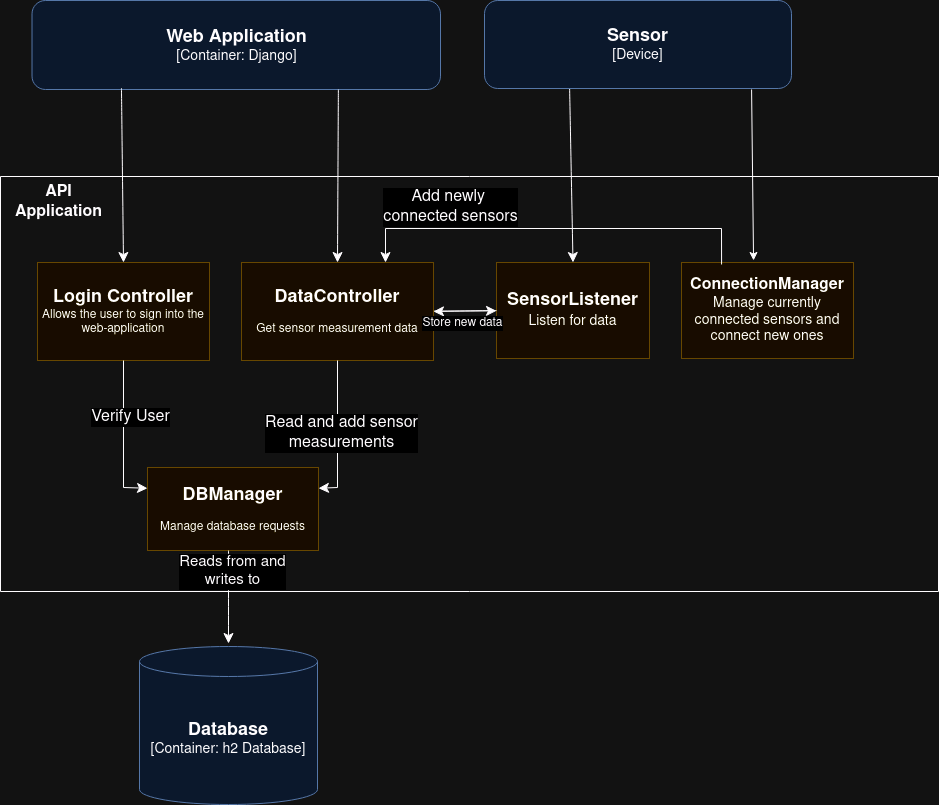
The draw.io diagram docs/c4_components.png in PZSP24Z11/sensor, before a commit. Source tidied: cells renumbered, new cells last; positions are measured from the earlier drawing's top-left corner, leaving out a move shared by most shapes.
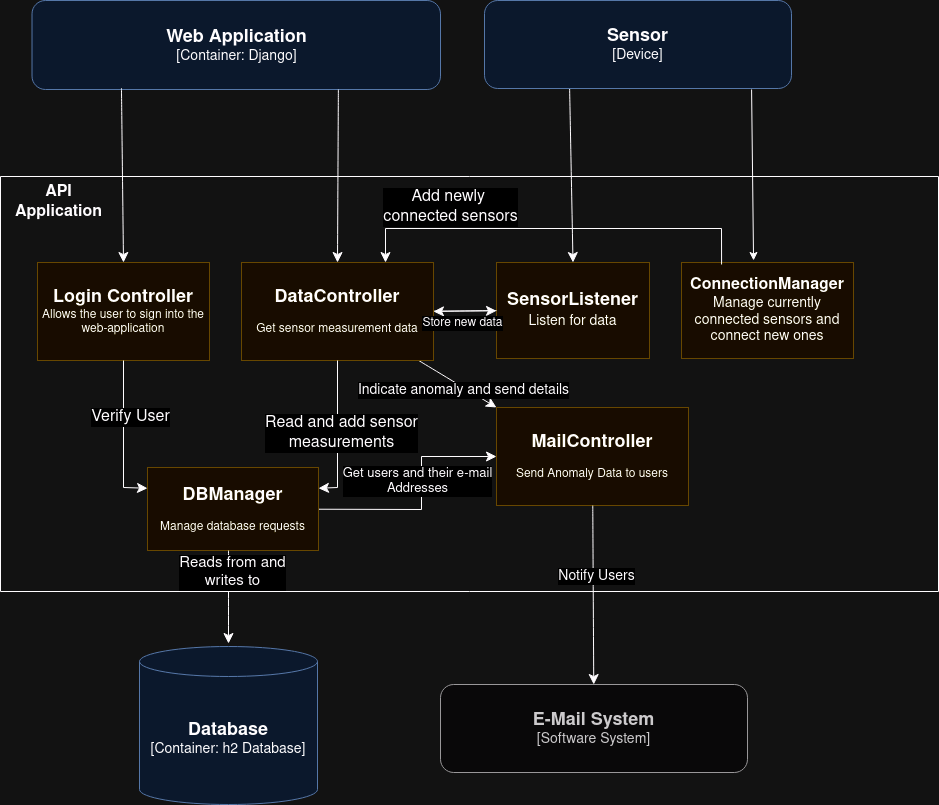
The same file after the commit.

Commit message:
docs: add e-mail system to components diagram

Change to the diagram source:
```diff
@@ -25,9 +25,28 @@
     <mxCell id="8" style="edgeStyle=none;curved=1;rounded=0;jettySize=auto;html=1;fontSize=12;startSize=8;endSize=8;" parent="5" edge="1" source="9" target="18">
       <mxGeometry relative="1" as="geometry" />
     </mxCell>
+    <mxCell id="27" style="edgeStyle=none;curved=1;rounded=0;jettySize=auto;html=1;entryX=0;entryY=0;entryDx=0;entryDy=0;fontSize=12;startSize=8;endSize=8;" parent="5" edge="1" source="9" target="31">
+      <mxGeometry relative="1" as="geometry" />
+    </mxCell>
+    <mxCell id="28" value="&lt;font style=&quot;font-size: 14px;&quot;&gt;Indicate anomaly and send details&lt;/font&gt;" style="edgeLabel;html=1;align=center;verticalAlign=middle;fontSize=12;" parent="27" vertex="1">
+      <mxGeometry x="0.16" y="-2" relative="1" as="geometry" />
+    </mxCell>
     <mxCell id="9" value="&lt;div&gt;&lt;font style=&quot;font-size: 18px;&quot;&gt;&lt;b&gt;DataController&lt;/b&gt;&lt;/font&gt;&lt;/div&gt;&lt;br&gt;Get sensor measurement data" style="rounded=0;whiteSpace=wrap;html=1;fillColor=#fff2cc;strokeColor=#d6b656;" parent="5" vertex="1">
       <mxGeometry x="241" y="86" width="192" height="98" as="geometry" />
     </mxCell>
+    <mxCell id="29" style="edgeStyle=none;curved=0;rounded=0;jettySize=auto;html=1;entryX=0;entryY=0.5;entryDx=0;entryDy=0;fontSize=12;startSize=8;endSize=8;" parent="5" edge="1" source="10" target="31">
+      <mxGeometry relative="1" as="geometry">
+        <Array as="points">
+          <mxPoint x="421" y="333" />
+          <mxPoint x="421" y="280" />
+        </Array>
+      </mxGeometry>
+    </mxCell>
+    <mxCell id="30" value="&lt;font style=&quot;font-size: 13px;&quot;&gt;Get users and their e-mail&lt;br&gt;Addresses&lt;/font&gt;" style="edgeLabel;html=1;align=center;verticalAlign=middle;fontSize=12;" parent="29" vertex="1">
+      <mxGeometry x="0.15" y="-3" relative="1" as="geometry">
+        <mxPoint x="-8" y="2" as="offset" />
+      </mxGeometry>
+    </mxCell>
     <mxCell id="10" value="&lt;div&gt;&lt;b style=&quot;font-size: 18px;&quot;&gt;DBManager&lt;/b&gt;&lt;/div&gt;&lt;br&gt;Manage database requests" style="rounded=0;whiteSpace=wrap;html=1;fillColor=#fff2cc;strokeColor=#d6b656;" parent="5" vertex="1">
       <mxGeometry x="147" y="291" width="171" height="83" as="geometry" />
     </mxCell>
@@ -80,6 +99,9 @@
         <mxPoint x="4" y="12" as="offset" />
       </mxGeometry>
     </mxCell>
+    <mxCell id="31" value="&lt;div&gt;&lt;font style=&quot;font-size: 18px;&quot;&gt;&lt;b&gt;MailController&lt;/b&gt;&lt;/font&gt;&lt;/div&gt;&lt;br&gt;Send Anomaly Data to users" style="rounded=0;whiteSpace=wrap;html=1;fillColor=#fff2cc;strokeColor=#d6b656;" parent="5" vertex="1">
+      <mxGeometry x="496" y="231" width="192" height="98" as="geometry" />
+    </mxCell>
     <mxCell id="21" value="&lt;div style=&quot;font-size: 17px;&quot;&gt;&lt;font style=&quot;font-size: 18px;&quot;&gt;&lt;b&gt;Database&lt;/b&gt;&lt;/font&gt;&lt;/div&gt;&lt;div style=&quot;font-size: 14px;&quot;&gt;&lt;font style=&quot;font-size: 14px;&quot;&gt;[Container: h2 Database]&lt;br&gt;&lt;/font&gt;&lt;/div&gt;" style="shape=cylinder3;whiteSpace=wrap;html=1;boundedLbl=1;backgroundOutline=1;size=15;fillColor=#dae8fc;strokeColor=#6c8ebf;" parent="1" vertex="1">
       <mxGeometry x="139" y="646" width="178" height="158" as="geometry" />
     </mxCell>
@@ -103,5 +125,14 @@
     <mxCell id="26" style="endArrow=classic;html=1;rounded=0;exitX=0.87;exitY=1.011;exitDx=0;exitDy=0;exitPerimeter=0;entryX=0.419;entryY=-0.021;entryDx=0;entryDy=0;entryPerimeter=0;" parent="1" edge="1" source="25" target="15">
       <mxGeometry relative="1" as="geometry" />
     </mxCell>
+    <mxCell id="32" value="&lt;div&gt;&lt;font style=&quot;font-size: 18px;&quot;&gt;&lt;b&gt;E-Mail System&lt;br&gt;&lt;/b&gt;&lt;/font&gt;&lt;/div&gt;&lt;div style=&quot;font-size: 14px;&quot;&gt;&lt;font style=&quot;font-size: 14px;&quot;&gt;[Software System]&lt;br&gt;&lt;/font&gt;&lt;/div&gt;" style="rounded=1;whiteSpace=wrap;html=1;fillColor=#f5f5f5;strokeColor=#666666;fontColor=#333333;" parent="1" vertex="1">
+      <mxGeometry x="440" y="684" width="307" height="88" as="geometry" />
+    </mxCell>
+    <mxCell id="33" style="edgeStyle=none;curved=1;rounded=0;jettySize=auto;html=1;fontSize=12;startSize=8;endSize=8;" parent="1" edge="1" source="31" target="32">
+      <mxGeometry relative="1" as="geometry" />
+    </mxCell>
+    <mxCell id="34" value="&lt;font style=&quot;font-size: 14px;&quot;&gt;Notify Users&lt;/font&gt;" style="edgeLabel;html=1;align=center;verticalAlign=middle;fontSize=12;" parent="33" vertex="1">
+      <mxGeometry x="-0.21" y="3" relative="1" as="geometry" />
+    </mxCell>
   </root>
 </mxGraphModel>
```
